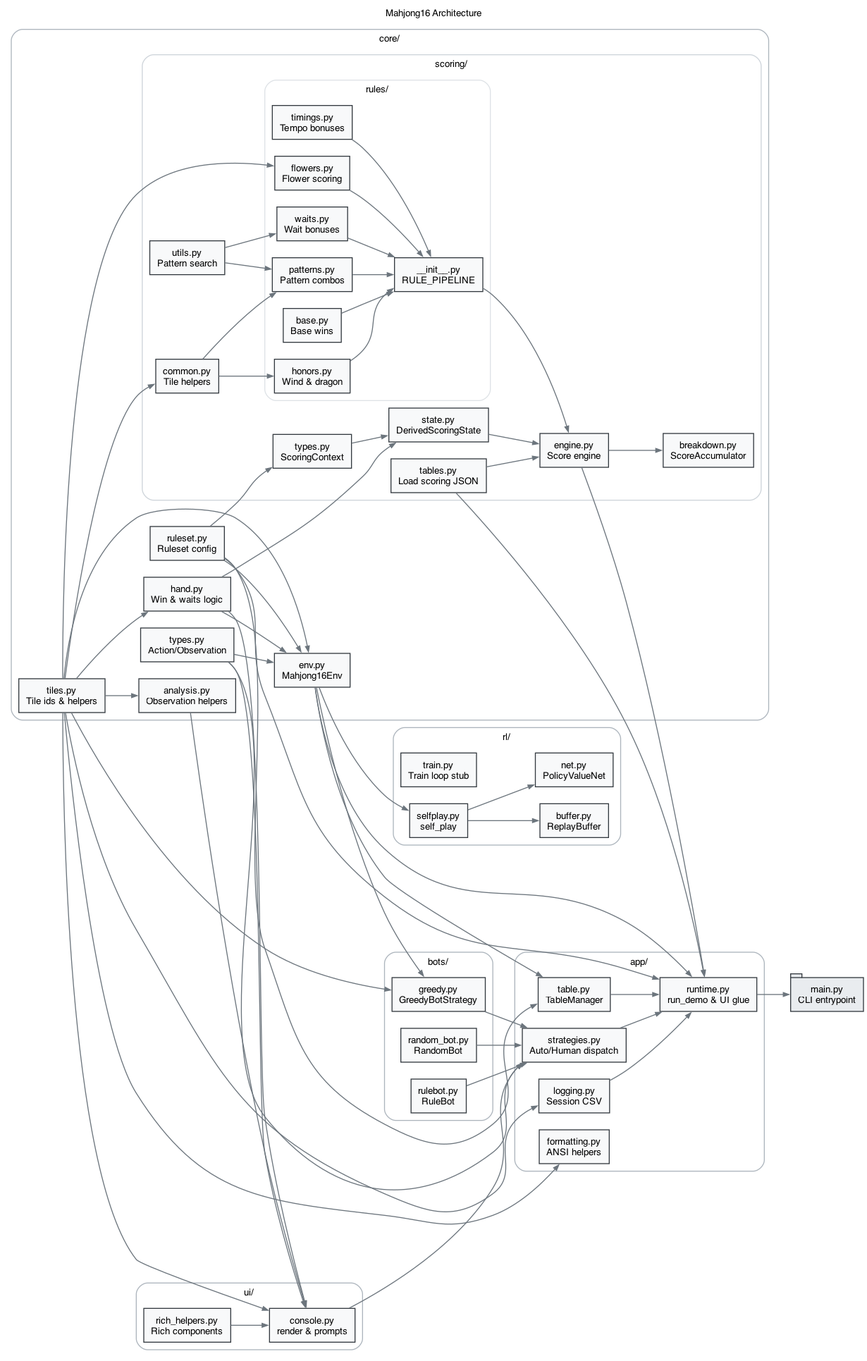
This is docs/architecture/diagram.png from yuweiiihuang/mahjong16, a Graphviz export, as it was before one commit. Its source is kept beside it as docs/architecture/diagram.gv.
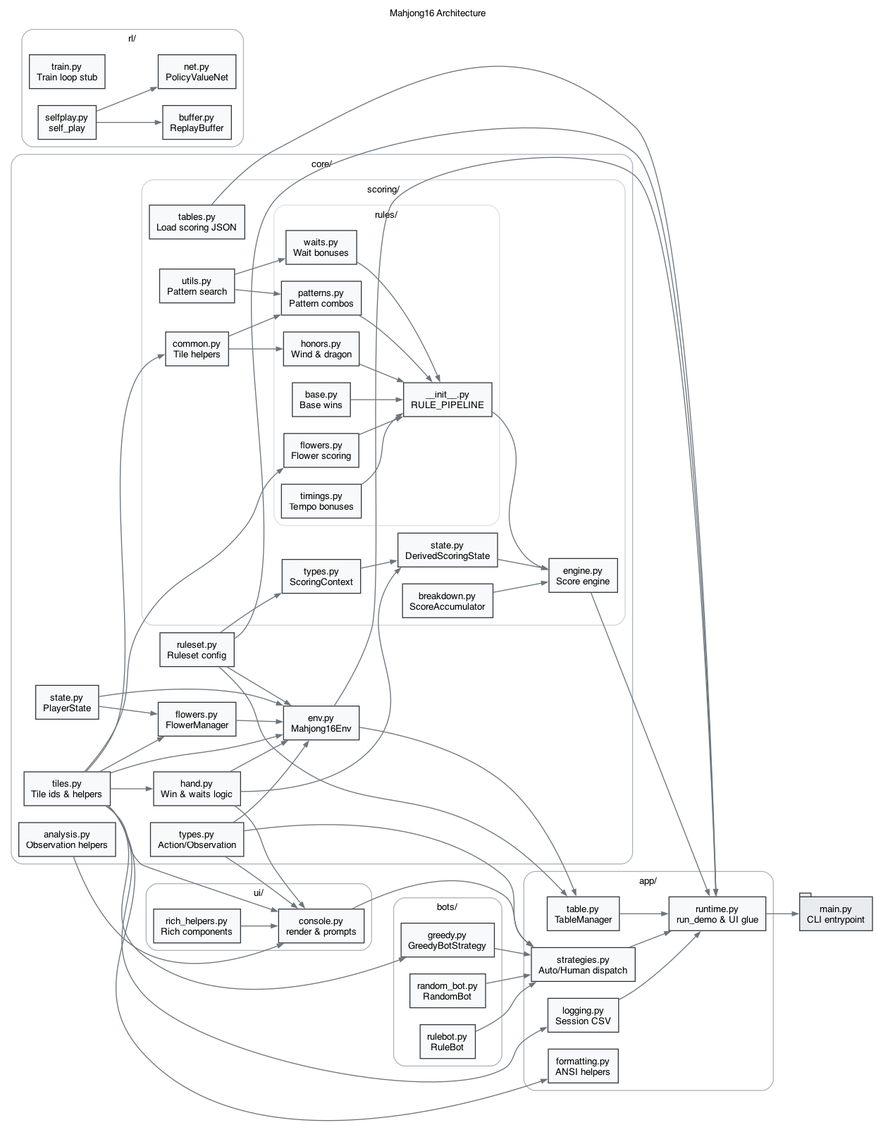
After the commit.

Commit message:
Refactor and enhance greedy bot heuristic with tuning capabilities (#44)

Change to the diagram source:
```diff
@@ -11,7 +11,9 @@
         core_tiles    [label="tiles.py\nTile ids & helpers"];
         core_ruleset  [label="ruleset.py\nRuleset config"];
         core_types    [label="types.py\nAction/Observation"];
+        core_state    [label="state.py\nPlayerState"];
         core_hand     [label="hand.py\nWin & waits logic"];
+        core_flowers  [label="flowers.py\nFlowerManager"];
         core_env      [label="env.py\nMahjong16Env"];
         core_analysis [label="analysis.py\nObservation helpers"];
 
@@ -86,7 +88,7 @@
 
     core_tiles -> core_hand;
     core_tiles -> core_env;
-    core_tiles -> core_analysis;
+    core_tiles -> core_flowers;
     core_tiles -> core_sc_common;
     core_tiles -> core_sc_rules_flowers;
     core_tiles -> ui_console;
@@ -103,19 +105,21 @@
     core_types -> ui_console;
     core_types -> app_strat;
 
+    core_state -> core_flowers;
+    core_state -> core_env;
+
     core_hand -> core_env;
     core_hand -> core_sc_state;
     core_hand -> ui_console;
+
+    core_flowers -> core_env;
 
     core_analysis -> ui_console;
 
     core_env -> app_table;
     core_env -> app_runtime;
-    core_env -> bot_greedy;
-    core_env -> rl_selfplay;
 
     core_sc_tables -> app_runtime;
-    core_sc_tables -> core_sc_engine;
     core_sc_types -> core_sc_state;
     core_sc_common -> core_sc_rules_patterns;
     core_sc_common -> core_sc_rules_honors;
@@ -130,7 +134,7 @@
     core_sc_rules_timings -> core_sc_rules_pipeline;
     core_sc_rules_pipeline -> core_sc_engine;
     core_sc_engine -> app_runtime;
-    core_sc_engine -> core_sc_breakdown;
+    core_sc_breakdown -> core_sc_engine;
 
     ui_helpers -> ui_console;
 
```
